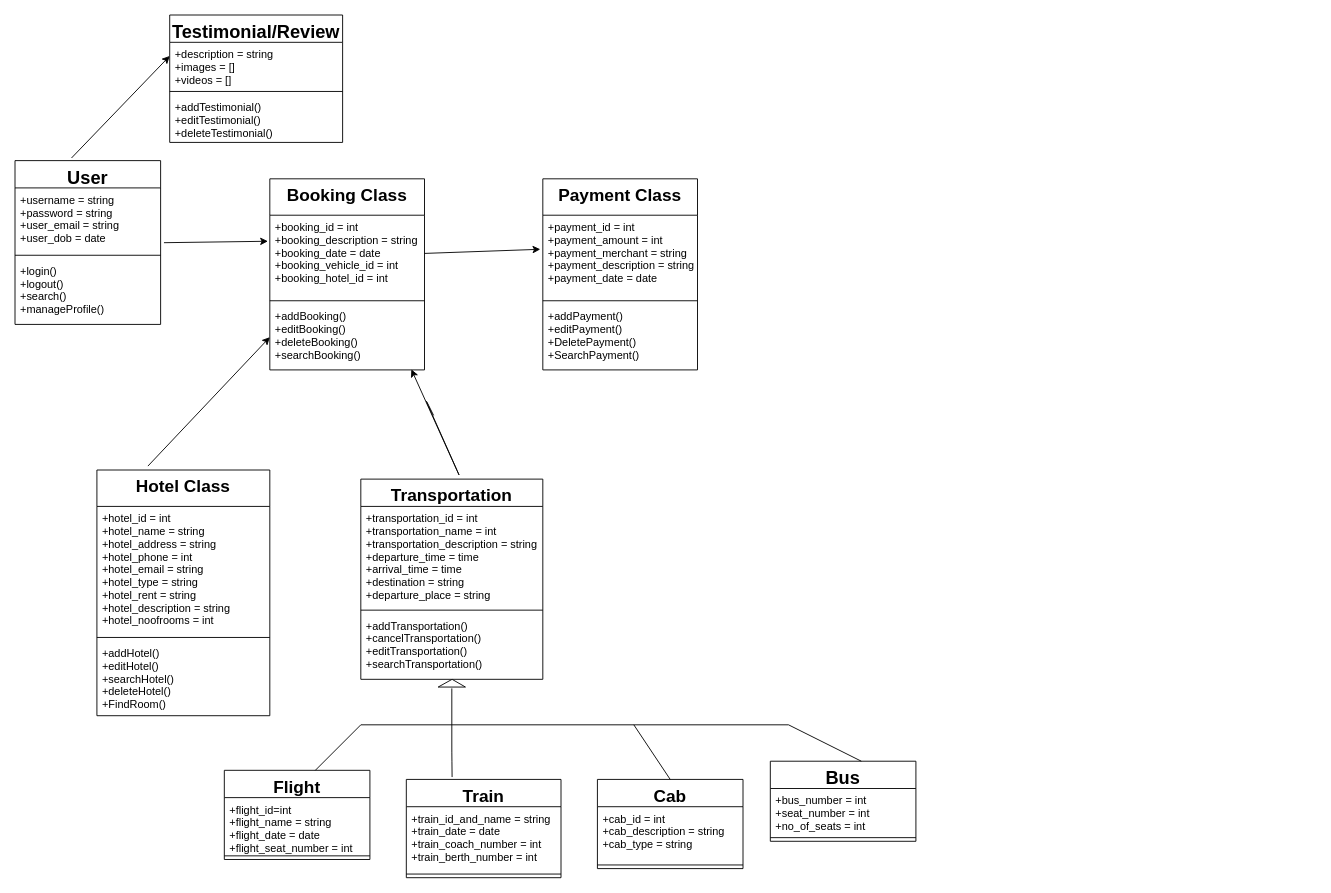
Earlier version of the draw.io diagram Untitled Diagram.drawio (bidya01/Programs). Source tidied: cells renumbered, new cells numbered last; positions are measured from the earlier drawing's top-left corner, leaving out a move shared by most shapes. Both pictures are drawn from the tidied source at 91%, with x=0, y=0 at pixel (15, 15).
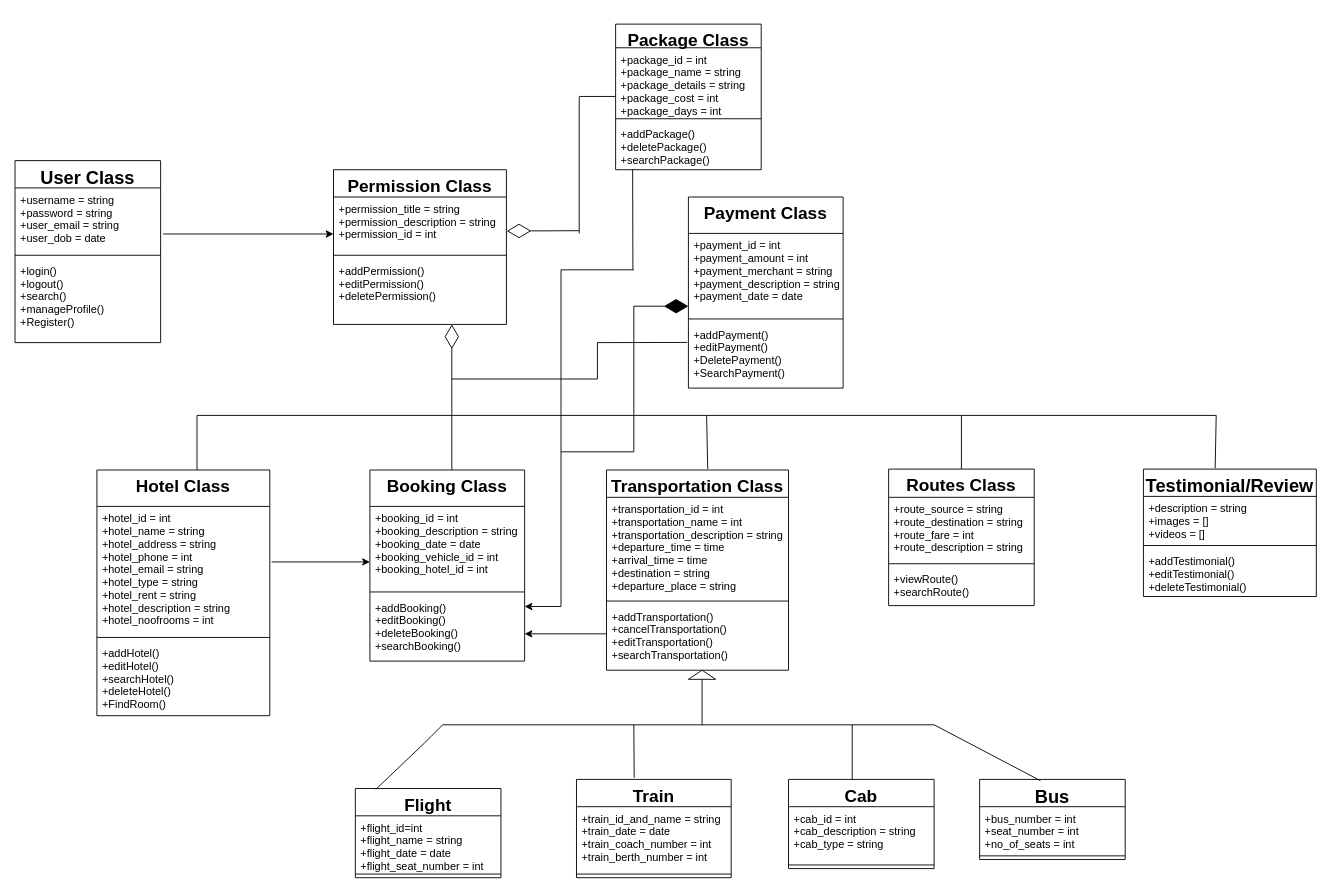
After the change.

Unchanged cells that the change refers to:
```xml
<mxCell id="2" value="Hotel Class" style="swimlane;fontStyle=1;align=center;verticalAlign=top;horizontal=1;startSize=40;fontSize=19;" parent="1" vertex="1">
  <mxGeometry x="90" y="500" width="190" height="270" as="geometry" />
</mxCell>
<mxCell id="23" value="+booking_id = int&#10;+booking_description = string&#10;+booking_date = date&#10;+booking_vehicle_id = int&#10;+booking_hotel_id = int&#10;" style="text;strokeColor=none;fillColor=none;align=left;verticalAlign=top;spacingLeft=4;spacingRight=4;overflow=hidden;points=[[0,0.5],[1,0.5]];portConstraint=eastwest;" parent="22" vertex="1">
  <mxGeometry y="40" width="170" height="90" as="geometry" />
</mxCell>
<mxCell id="25" value="+addBooking()&#10;+editBooking()&#10;+deleteBooking()&#10;+searchBooking()&#10;" style="text;strokeColor=none;fillColor=none;align=left;verticalAlign=top;spacingLeft=4;spacingRight=4;overflow=hidden;points=[[0,0.5],[1,0.5]];portConstraint=eastwest;" parent="22" vertex="1">
  <mxGeometry y="138" width="170" height="72" as="geometry" />
</mxCell>
<mxCell id="27" value="+payment_id = int&#10;+payment_amount = int&#10;+payment_merchant = string&#10;+payment_description = string&#10;+payment_date = date" style="text;strokeColor=none;fillColor=none;align=left;verticalAlign=top;spacingLeft=4;spacingRight=4;overflow=hidden;points=[[0,0.5],[1,0.5]];portConstraint=eastwest;" parent="26" vertex="1">
  <mxGeometry y="40" width="170" height="90" as="geometry" />
</mxCell>
<mxCell id="29" value="+addPayment()&#10;+editPayment()&#10;+DeletePayment()&#10;+SearchPayment()" style="text;strokeColor=none;fillColor=none;align=left;verticalAlign=top;spacingLeft=4;spacingRight=4;overflow=hidden;points=[[0,0.5],[1,0.5]];portConstraint=eastwest;" parent="26" vertex="1">
  <mxGeometry y="138" width="170" height="72" as="geometry" />
</mxCell>
<mxCell id="32" value="+username = string&#10;+password = string&#10;+user_email = string&#10;+user_dob = date&#10;" style="text;strokeColor=none;fillColor=none;align=left;verticalAlign=top;spacingLeft=4;spacingRight=4;overflow=hidden;points=[[0,0.5],[1,0.5]];portConstraint=eastwest;" parent="31" vertex="1">
  <mxGeometry y="30" width="160" height="70" as="geometry" />
</mxCell>
```

Diff of the diagram source:
```diff
@@
     <mxCell id="6" value="Flight" style="swimlane;fontStyle=1;align=center;verticalAlign=top;horizontal=1;startSize=30;fontSize=19;" parent="1" vertex="1">
-      <mxGeometry x="230" y="830" width="160" height="98" as="geometry" />
+      <mxGeometry x="374" y="850" width="160" height="98" as="geometry" />
     </mxCell>
@@
     <mxCell id="9" value="Train" style="swimlane;fontStyle=1;align=center;verticalAlign=top;horizontal=1;startSize=30;fontSize=19;" parent="1" vertex="1">
-      <mxGeometry x="430" y="840" width="170" height="108" as="geometry" />
+      <mxGeometry x="617" y="840" width="170" height="108" as="geometry" />
     </mxCell>
@@
-    <mxCell id="12" value="Transportation" style="swimlane;fontStyle=1;align=center;verticalAlign=top;horizontal=1;startSize=30;fontSize=19;" parent="1" vertex="1">
-      <mxGeometry x="380" y="510" width="200" height="220" as="geometry" />
+    <mxCell id="12" value="Transportation Class" style="swimlane;fontStyle=1;align=center;verticalAlign=top;horizontal=1;startSize=30;fontSize=19;" parent="1" vertex="1">
+      <mxGeometry x="650" y="500" width="200" height="220" as="geometry" />
     </mxCell>
@@
     <mxCell id="16" value="Cab" style="swimlane;fontStyle=1;align=center;verticalAlign=top;horizontal=1;startSize=30;fontSize=19;" parent="1" vertex="1">
-      <mxGeometry x="640" y="840" width="160" height="98" as="geometry" />
+      <mxGeometry x="850" y="840" width="160" height="98" as="geometry" />
     </mxCell>
@@
     <mxCell id="19" value="Bus" style="swimlane;fontStyle=1;align=center;verticalAlign=top;horizontal=1;startSize=30;fontSize=20;" parent="1" vertex="1">
-      <mxGeometry x="830" y="820" width="160" height="88" as="geometry" />
+      <mxGeometry x="1060" y="840" width="160" height="88" as="geometry" />
     </mxCell>
@@
     <mxCell id="22" value="Booking Class" style="swimlane;fontStyle=1;align=center;verticalAlign=top;horizontal=1;startSize=40;fontSize=19;" parent="1" vertex="1">
-      <mxGeometry x="280" y="180" width="170" height="210" as="geometry" />
+      <mxGeometry x="390" y="500" width="170" height="210" as="geometry" />
     </mxCell>
+    <mxCell id="49" style="endArrow=none;html=1;fontSize=19;" parent="22" edge="1">
+      <mxGeometry relative="1" as="geometry">
+        <mxPoint x="210" y="150" as="sourcePoint" />
+        <mxPoint x="210" y="-20" as="targetPoint" />
+      </mxGeometry>
+    </mxCell>
@@
     <mxCell id="26" value="Payment Class" style="swimlane;fontStyle=1;align=center;verticalAlign=top;horizontal=1;startSize=40;fontSize=19;" parent="1" vertex="1">
-      <mxGeometry x="580" y="180" width="170" height="210" as="geometry" />
+      <mxGeometry x="740" y="200" width="170" height="210" as="geometry" />
     </mxCell>
@@
-    <mxCell id="30" style="endArrow=classic;html=1;fontSize=20;entryX=-0.016;entryY=0.416;entryDx=0;entryDy=0;entryPerimeter=0;" parent="1" edge="1" source="23" target="27">
-      <mxGeometry relative="1" as="geometry" />
-    </mxCell>
-    <mxCell id="31" value="User" style="swimlane;fontStyle=1;align=center;verticalAlign=top;horizontal=1;startSize=30;fontSize=20;" parent="1" vertex="1">
-      <mxGeometry y="160" width="160" height="180" as="geometry" />
+    <mxCell id="31" value="User Class" style="swimlane;fontStyle=1;align=center;verticalAlign=top;horizontal=1;startSize=30;fontSize=20;" parent="1" vertex="1">
+      <mxGeometry y="160" width="160" height="200" as="geometry" />
     </mxCell>
@@
-    <mxCell id="34" value="+login()&#10;+logout()&#10;+search()&#10;+manageProfile()" style="text;strokeColor=none;fillColor=none;align=left;verticalAlign=top;spacingLeft=4;spacingRight=4;overflow=hidden;" parent="31" vertex="1">
-      <mxGeometry y="108" width="160" height="72" as="geometry" />
+    <mxCell id="34" value="+login()&#10;+logout()&#10;+search()&#10;+manageProfile()&#10;+Register()&#10;" style="text;strokeColor=none;fillColor=none;align=left;verticalAlign=top;spacingLeft=4;spacingRight=4;overflow=hidden;" parent="31" vertex="1">
+      <mxGeometry y="108" width="160" height="92" as="geometry" />
     </mxCell>
     <mxCell id="35" value="Testimonial/Review" style="swimlane;fontStyle=1;align=center;verticalAlign=top;horizontal=1;startSize=30;fontSize=20;" parent="1" vertex="1">
-      <mxGeometry x="170" width="190" height="140" as="geometry" />
+      <mxGeometry x="1240" y="499" width="190" height="140" as="geometry" />
     </mxCell>
@@
-    <mxCell id="39" style="endArrow=classic;html=1;entryX=0;entryY=0.5;entryDx=0;entryDy=0;exitX=0.295;exitY=-0.016;exitDx=0;exitDy=0;exitPerimeter=0;" parent="1" edge="1" source="2" target="25">
-      <mxGeometry relative="1" as="geometry" />
-    </mxCell>
-    <mxCell id="40" style="endArrow=classic;html=1;entryX=0.915;entryY=0.992;entryDx=0;entryDy=0;entryPerimeter=0;" parent="1" edge="1" target="25">
-      <mxGeometry relative="1" as="geometry">
-        <mxPoint x="460" y="440" as="sourcePoint" />
-        <Array as="points">
-          <mxPoint x="450" y="420" />
-          <mxPoint x="490" y="510" />
-        </Array>
-      </mxGeometry>
-    </mxCell>
-    <mxCell id="41" style="endArrow=classic;html=1;exitX=0.388;exitY=-0.016;exitDx=0;exitDy=0;exitPerimeter=0;" parent="1" edge="1" source="31">
-      <mxGeometry relative="1" as="geometry">
-        <mxPoint x="170" y="45" as="targetPoint" />
-      </mxGeometry>
-    </mxCell>
-    <mxCell id="42" style="endArrow=classic;html=1;exitX=1.023;exitY=0.86;exitDx=0;exitDy=0;exitPerimeter=0;entryX=-0.012;entryY=0.318;entryDx=0;entryDy=0;entryPerimeter=0;" parent="1" edge="1" source="32" target="23">
-      <mxGeometry relative="1" as="geometry" />
-    </mxCell>
-    <mxCell id="43" style="verticalLabelPosition=bottom;verticalAlign=top;html=1;shape=mxgraph.basic.acute_triangle;dx=0.51;" parent="1" vertex="1">
-      <mxGeometry x="465" y="730" width="30" height="8.5" as="geometry" />
-    </mxCell>
-    <mxCell id="44" style="endArrow=none;html=1;exitX=0.296;exitY=-0.024;exitDx=0;exitDy=0;exitPerimeter=0;" parent="1" edge="1" source="9">
-      <mxGeometry relative="1" as="geometry">
-        <mxPoint x="480" y="740" as="targetPoint" />
-        <Array as="points">
-          <mxPoint x="480" y="810" />
-        </Array>
-      </mxGeometry>
-    </mxCell>
-    <mxCell id="45" style="endArrow=none;html=1;" parent="1" edge="1">
+    <mxCell id="45" style="endArrow=none;html=1;exitX=0.14;exitY=0.01;exitDx=0;exitDy=0;exitPerimeter=0;" parent="1" edge="1" source="6">
       <mxGeometry relative="1" as="geometry">
-        <mxPoint x="330" y="830" as="sourcePoint" />
-        <mxPoint x="380" y="780" as="targetPoint" />
+        <mxPoint x="470" y="780" as="targetPoint" />
+        <Array as="points">
+          <mxPoint x="450" y="800" />
+        </Array>
       </mxGeometry>
     </mxCell>
-    <mxCell id="46" style="endArrow=none;html=1;" parent="1" edge="1">
-      <mxGeometry relative="1" as="geometry">
-        <mxPoint x="380" y="780" as="sourcePoint" />
-        <mxPoint x="850" y="780" as="targetPoint" />
-      </mxGeometry>
-    </mxCell>
-    <mxCell id="47" style="endArrow=none;html=1;" parent="1" edge="1">
-      <mxGeometry relative="1" as="geometry">
-        <mxPoint x="720" y="840" as="sourcePoint" />
-        <mxPoint x="680" y="780" as="targetPoint" />
-      </mxGeometry>
-    </mxCell>
-    <mxCell id="48" style="endArrow=none;html=1;" parent="1" edge="1">
+    <mxCell id="48" style="endArrow=none;html=1;entryX=0.418;entryY=0.016;entryDx=0;entryDy=0;entryPerimeter=0;" parent="1" edge="1" target="19">
       <mxGeometry relative="1" as="geometry">
-        <mxPoint x="850" y="780" as="sourcePoint" />
-        <mxPoint x="930" y="820" as="targetPoint" />
+        <mxPoint x="1010" y="780" as="sourcePoint" />
       </mxGeometry>
     </mxCell>
+    <mxCell id="50" value="Permission Class" style="swimlane;fontStyle=1;align=center;verticalAlign=top;horizontal=1;startSize=30;fontSize=19;" parent="1" vertex="1">
+      <mxGeometry x="350" y="170" width="190" height="170" as="geometry" />
+    </mxCell>
+    <mxCell id="51" value="+permission_title = string&#10;+permission_description = string&#10;+permission_id = int" style="text;strokeColor=none;fillColor=none;align=left;verticalAlign=top;spacingLeft=4;spacingRight=4;overflow=hidden;points=[[0,0.5],[1,0.5]];portConstraint=eastwest;" parent="50" vertex="1">
+      <mxGeometry y="30" width="190" height="60" as="geometry" />
+    </mxCell>
+    <mxCell id="52" style="line;strokeWidth=1;fillColor=none;align=left;verticalAlign=middle;spacingTop=-1;spacingLeft=3;spacingRight=3;labelPosition=right;" parent="50" vertex="1">
+      <mxGeometry y="90" width="190" height="8" as="geometry" />
+    </mxCell>
+    <mxCell id="53" value="+addPermission()&#10;+editPermission()&#10;+deletePermission()" style="text;strokeColor=none;fillColor=none;align=left;verticalAlign=top;spacingLeft=4;spacingRight=4;overflow=hidden;" parent="50" vertex="1">
+      <mxGeometry y="98" width="190" height="72" as="geometry" />
+    </mxCell>
+    <mxCell id="54" style="endArrow=diamondThin;endFill=0;endSize=24;html=1;fontSize=19;" parent="50" edge="1">
+      <mxGeometry relative="1" as="geometry">
+        <mxPoint x="130" y="330" as="sourcePoint" />
+        <mxPoint x="130" y="170" as="targetPoint" />
+      </mxGeometry>
+    </mxCell>
+    <mxCell id="55" style="endArrow=none;html=1;fontSize=19;" parent="1" edge="1">
+      <mxGeometry relative="1" as="geometry">
+        <mxPoint x="470" y="780" as="sourcePoint" />
+        <mxPoint x="1010" y="780" as="targetPoint" />
+      </mxGeometry>
+    </mxCell>
+    <mxCell id="56" style="endArrow=none;html=1;fontSize=19;exitX=0.373;exitY=-0.017;exitDx=0;exitDy=0;exitPerimeter=0;" parent="1" edge="1" source="9">
+      <mxGeometry relative="1" as="geometry">
+        <mxPoint x="680" y="780" as="targetPoint" />
+      </mxGeometry>
+    </mxCell>
+    <mxCell id="57" style="endArrow=none;html=1;fontSize=19;" parent="1" edge="1">
+      <mxGeometry relative="1" as="geometry">
+        <mxPoint x="920" y="840" as="sourcePoint" />
+        <mxPoint x="920" y="780" as="targetPoint" />
+      </mxGeometry>
+    </mxCell>
+    <mxCell id="58" style="endArrow=none;html=1;fontSize=19;" parent="1" edge="1" target="59">
+      <mxGeometry relative="1" as="geometry">
+        <mxPoint x="755" y="780" as="sourcePoint" />
+      </mxGeometry>
+    </mxCell>
+    <mxCell id="59" style="triangle;whiteSpace=wrap;html=1;direction=north;" parent="1" vertex="1">
+      <mxGeometry x="740" y="720" width="30" height="10" as="geometry" />
+    </mxCell>
+    <mxCell id="60" style="endArrow=none;html=1;fontSize=19;" parent="1" edge="1">
+      <mxGeometry relative="1" as="geometry">
+        <mxPoint x="200" y="500" as="sourcePoint" />
+        <mxPoint x="200" y="440" as="targetPoint" />
+      </mxGeometry>
+    </mxCell>
+    <mxCell id="61" style="endArrow=none;html=1;fontSize=19;" parent="1" edge="1">
+      <mxGeometry relative="1" as="geometry">
+        <mxPoint x="200" y="440" as="sourcePoint" />
+        <mxPoint x="1040" y="440" as="targetPoint" />
+      </mxGeometry>
+    </mxCell>
+    <mxCell id="62" style="endArrow=none;html=1;fontSize=19;" parent="1" edge="1">
+      <mxGeometry relative="1" as="geometry">
+        <mxPoint x="1040" y="500" as="sourcePoint" />
+        <mxPoint x="1040" y="440" as="targetPoint" />
+      </mxGeometry>
+    </mxCell>
+    <mxCell id="63" style="endArrow=none;html=1;fontSize=19;exitX=0.556;exitY=-0.005;exitDx=0;exitDy=0;exitPerimeter=0;" parent="1" edge="1" source="12">
+      <mxGeometry relative="1" as="geometry">
+        <mxPoint x="760" y="440" as="targetPoint" />
+        <Array as="points">
+          <mxPoint x="760" y="440" />
+        </Array>
+      </mxGeometry>
+    </mxCell>
+    <mxCell id="64" style="endArrow=none;html=1;fontSize=19;" parent="1" edge="1">
+      <mxGeometry relative="1" as="geometry">
+        <mxPoint x="480" y="400" as="sourcePoint" />
+        <mxPoint x="640" y="400" as="targetPoint" />
+      </mxGeometry>
+    </mxCell>
+    <mxCell id="65" style="endArrow=none;html=1;fontSize=19;" parent="1" edge="1">
+      <mxGeometry relative="1" as="geometry">
+        <mxPoint x="640" y="400" as="sourcePoint" />
+        <mxPoint x="640" y="360" as="targetPoint" />
+      </mxGeometry>
+    </mxCell>
+    <mxCell id="66" style="endArrow=none;html=1;fontSize=19;" parent="1" edge="1">
+      <mxGeometry relative="1" as="geometry">
+        <mxPoint x="680" y="480" as="sourcePoint" />
+        <mxPoint x="680" y="320" as="targetPoint" />
+      </mxGeometry>
+    </mxCell>
+    <mxCell id="67" style="endArrow=diamondThin;endFill=1;endSize=24;html=1;fontSize=19;" parent="1" edge="1">
+      <mxGeometry relative="1" as="geometry">
+        <mxPoint x="680" y="320" as="sourcePoint" />
+        <mxPoint x="740" y="320" as="targetPoint" />
+      </mxGeometry>
+    </mxCell>
+    <mxCell id="68" style="endArrow=none;html=1;fontSize=19;" parent="1" edge="1">
+      <mxGeometry relative="1" as="geometry">
+        <mxPoint x="600" y="480" as="sourcePoint" />
+        <mxPoint x="680" y="480" as="targetPoint" />
+      </mxGeometry>
+    </mxCell>
+    <mxCell id="69" style="endArrow=classic;html=1;fontSize=19;" parent="1" edge="1">
+      <mxGeometry relative="1" as="geometry">
+        <mxPoint x="282" y="601" as="sourcePoint" />
+        <mxPoint x="390" y="601" as="targetPoint" />
+      </mxGeometry>
+    </mxCell>
+    <mxCell id="70" style="endArrow=classic;html=1;fontSize=19;" parent="1" edge="1">
+      <mxGeometry relative="1" as="geometry">
+        <mxPoint x="650" y="680" as="sourcePoint" />
+        <mxPoint x="560" y="680" as="targetPoint" />
+      </mxGeometry>
+    </mxCell>
+    <mxCell id="71" value="Package Class" style="swimlane;fontStyle=1;align=center;verticalAlign=top;horizontal=1;startSize=26;fontSize=19;" parent="1" vertex="1">
+      <mxGeometry x="660" y="10" width="160" height="160" as="geometry" />
+    </mxCell>
+    <mxCell id="72" value="+package_id = int&#10;+package_name = string&#10;+package_details = string&#10;+package_cost = int&#10;+package_days = int&#10;&#10;&#10;" style="text;strokeColor=none;fillColor=none;align=left;verticalAlign=top;spacingLeft=4;spacingRight=4;overflow=hidden;" parent="71" vertex="1">
+      <mxGeometry y="26" width="160" height="74" as="geometry" />
+    </mxCell>
+    <mxCell id="73" style="line;strokeWidth=1;fillColor=none;align=left;verticalAlign=middle;spacingTop=-1;spacingLeft=3;spacingRight=3;labelPosition=right;" parent="71" vertex="1">
+      <mxGeometry y="100" width="160" height="8" as="geometry" />
+    </mxCell>
+    <mxCell id="74" value="+addPackage()&#10;+deletePackage()&#10;+searchPackage()&#10;" style="text;strokeColor=none;fillColor=none;align=left;verticalAlign=top;spacingLeft=4;spacingRight=4;overflow=hidden;points=[[0,0.5],[1,0.5]];portConstraint=eastwest;" parent="71" vertex="1">
+      <mxGeometry y="108" width="160" height="52" as="geometry" />
+    </mxCell>
+    <mxCell id="75" style="endArrow=diamondThin;endFill=0;endSize=24;html=1;fontSize=19;entryX=1.002;entryY=0.623;entryDx=0;entryDy=0;entryPerimeter=0;" parent="1" edge="1" target="51">
+      <mxGeometry relative="1" as="geometry">
+        <mxPoint x="620" y="237" as="sourcePoint" />
+      </mxGeometry>
+    </mxCell>
+    <mxCell id="76" style="endArrow=none;html=1;fontSize=19;" parent="1" edge="1">
+      <mxGeometry relative="1" as="geometry">
+        <mxPoint x="620" y="240" as="sourcePoint" />
+        <mxPoint x="620" y="90" as="targetPoint" />
+      </mxGeometry>
+    </mxCell>
+    <mxCell id="77" style="endArrow=none;html=1;fontSize=19;" parent="1" edge="1">
+      <mxGeometry relative="1" as="geometry">
+        <mxPoint x="620" y="89.5" as="sourcePoint" />
+        <mxPoint x="660" y="89.5" as="targetPoint" />
+      </mxGeometry>
+    </mxCell>
+    <mxCell id="78" style="endArrow=none;html=1;fontSize=19;" parent="1" edge="1">
+      <mxGeometry relative="1" as="geometry">
+        <mxPoint x="600" y="480" as="sourcePoint" />
+        <mxPoint x="600" y="280" as="targetPoint" />
+      </mxGeometry>
+    </mxCell>
+    <mxCell id="79" style="endArrow=none;html=1;fontSize=19;" parent="1" edge="1">
+      <mxGeometry relative="1" as="geometry">
+        <mxPoint x="600" y="280" as="sourcePoint" />
+        <mxPoint x="680" y="280" as="targetPoint" />
+      </mxGeometry>
+    </mxCell>
+    <mxCell id="80" style="endArrow=classic;html=1;fontSize=19;" parent="1" edge="1">
+      <mxGeometry relative="1" as="geometry">
+        <mxPoint x="677" y="280" as="sourcePoint" />
+        <mxPoint x="677" y="280" as="targetPoint" />
+      </mxGeometry>
+    </mxCell>
+    <mxCell id="81" style="endArrow=none;html=1;fontSize=19;entryX=0.117;entryY=0.988;entryDx=0;entryDy=0;entryPerimeter=0;" parent="1" edge="1" target="74">
+      <mxGeometry relative="1" as="geometry">
+        <mxPoint x="679" y="280" as="sourcePoint" />
+      </mxGeometry>
+    </mxCell>
+    <mxCell id="82" style="endArrow=classic;html=1;fontSize=19;" parent="1" edge="1">
+      <mxGeometry relative="1" as="geometry">
+        <mxPoint x="600" y="650" as="sourcePoint" />
+        <mxPoint x="560" y="650" as="targetPoint" />
+      </mxGeometry>
+    </mxCell>
+    <mxCell id="83" style="endArrow=none;html=1;fontSize=19;entryX=-0.007;entryY=0.303;entryDx=0;entryDy=0;entryPerimeter=0;" parent="1" edge="1" target="29">
+      <mxGeometry relative="1" as="geometry">
+        <mxPoint x="640" y="360" as="sourcePoint" />
+      </mxGeometry>
+    </mxCell>
+    <mxCell id="84" value="Routes Class" style="swimlane;fontStyle=1;align=center;verticalAlign=top;horizontal=1;startSize=31;fontSize=19;" parent="1" vertex="1">
+      <mxGeometry x="960" y="499" width="160" height="150" as="geometry" />
+    </mxCell>
+    <mxCell id="85" value="+route_source = string&#10;+route_destination = string&#10;+route_fare = int&#10;+route_description = string&#10;" style="text;strokeColor=none;fillColor=none;align=left;verticalAlign=top;spacingLeft=4;spacingRight=4;overflow=hidden;" parent="84" vertex="1">
+      <mxGeometry y="31" width="160" height="69" as="geometry" />
+    </mxCell>
+    <mxCell id="86" style="line;strokeWidth=1;fillColor=none;align=left;verticalAlign=middle;spacingTop=-1;spacingLeft=3;spacingRight=3;labelPosition=right;" parent="84" vertex="1">
+      <mxGeometry y="100" width="160" height="8" as="geometry" />
+    </mxCell>
+    <mxCell id="87" value="+viewRoute()&#10;+searchRoute()" style="text;strokeColor=none;fillColor=none;align=left;verticalAlign=top;spacingLeft=4;spacingRight=4;overflow=hidden;" parent="84" vertex="1">
+      <mxGeometry y="108" width="160" height="42" as="geometry" />
+    </mxCell>
+    <mxCell id="88" style="endArrow=none;html=1;fontSize=19;" parent="1" edge="1">
+      <mxGeometry relative="1" as="geometry">
+        <mxPoint x="1040" y="440" as="sourcePoint" />
+        <mxPoint x="1320" y="440" as="targetPoint" />
+      </mxGeometry>
+    </mxCell>
+    <mxCell id="89" style="endArrow=none;html=1;fontSize=19;exitX=0.415;exitY=-0.006;exitDx=0;exitDy=0;exitPerimeter=0;" parent="1" edge="1" source="35">
+      <mxGeometry relative="1" as="geometry">
+        <mxPoint x="1320" y="440" as="targetPoint" />
+      </mxGeometry>
+    </mxCell>
+    <mxCell id="90" style="endArrow=classic;html=1;fontSize=19;exitX=1.018;exitY=0.723;exitDx=0;exitDy=0;exitPerimeter=0;entryX=0;entryY=0.677;entryDx=0;entryDy=0;entryPerimeter=0;" parent="1" edge="1" source="32" target="51">
+      <mxGeometry relative="1" as="geometry" />
+    </mxCell>
```
